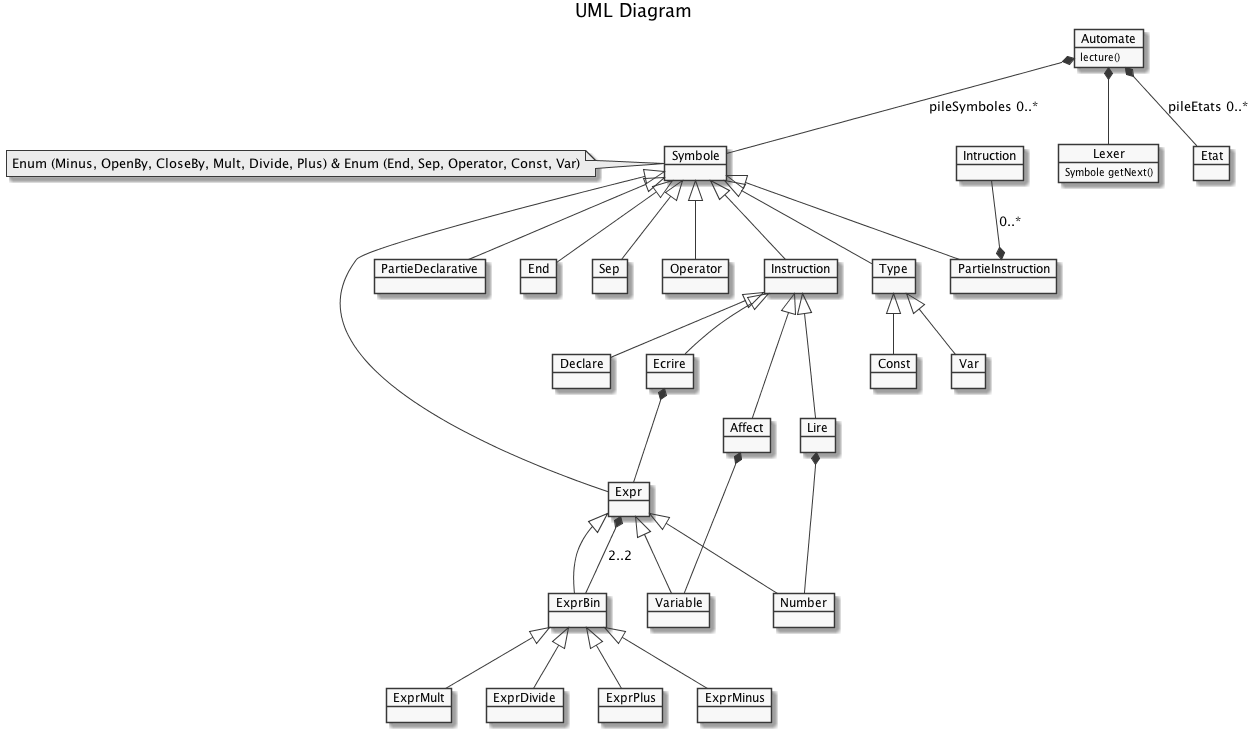
Earlier version of the PlantUML export UML/diagram.png (HexanomeBeurreTwo/LutinLangInterperter).
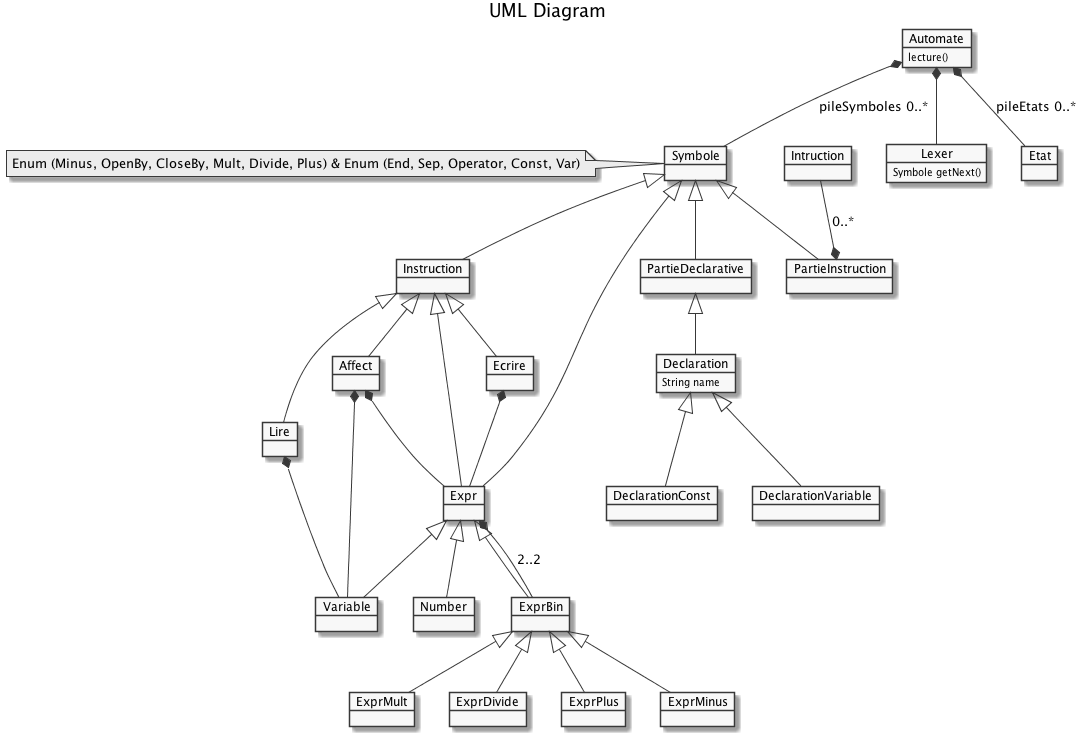
After the commit.

Diff of the diagram source:
```diff
@@ -15,26 +15,22 @@
 object Expr
 object Number
 object Variable
+object DeclarationVariable
+object DeclarationConst
 object ExprBin
 object ExprMult
 object ExprDivide
 object ExprPlus
 object ExprMinus
 
-object Type
-object Const
-object Var
-
 object Instruction
 object PartieInstruction
 object PartieDeclarative
-object Declare
+object Declaration
+Declaration : String name
 object Affect
 object Lire
 object Ecrire
-
-object End
-object Sep
 
 object Etat
 
@@ -43,18 +39,15 @@
 Automate *-- Etat : pileEtats 0..*
 
 Symbole <|-- Expr
-Symbole <|-- Type
-Symbole <|-- Operator
 Symbole <|-- Instruction
 Symbole <|-- PartieInstruction
 Symbole <|-- PartieDeclarative
-Symbole <|-- Sep
-Symbole <|-- End
 
 
 Expr <|-- Number
 Expr <|-- Variable
 Expr <|-- ExprBin
+Instruction <|-- Expr
 
 ExprBin --* Expr: 2..2
 ExprBin <|-- ExprMult
@@ -62,18 +55,20 @@
 ExprBin <|-- ExprPlus
 ExprBin <|-- ExprMinus
 
-Type <|-- Const
-Type <|-- Var
+PartieDeclarative <|-- Declaration
+
+Declaration <|-- DeclarationVariable
+Declaration <|-- DeclarationConst
 
 Intruction --* PartieInstruction : 0..*
 Instruction <|-- Affect
-Instruction <|-- Declare
 Instruction <|-- Lire
 Instruction <|-- Ecrire
 
-Lire *-- Number
+Lire *-- Variable
 Ecrire *-- Expr
 
 Affect *-- Variable
+Affect *-- Expr
 
 @enduml
```
